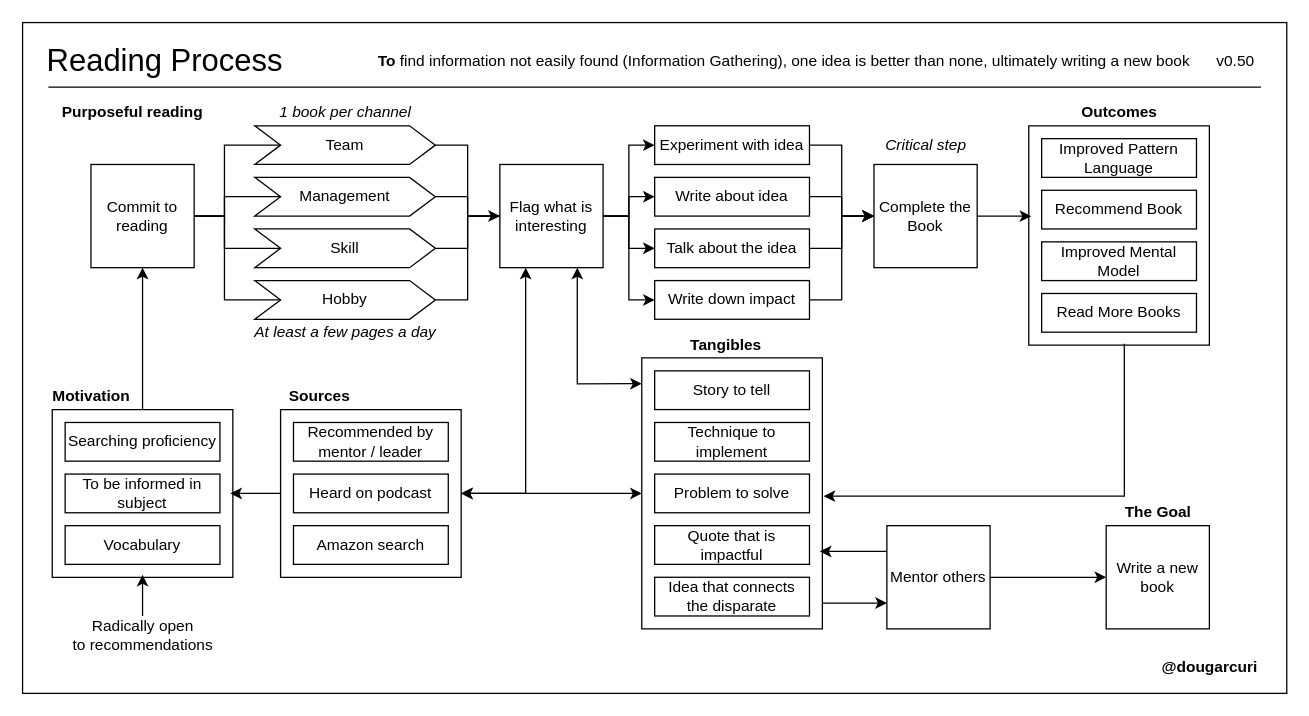
Above: books/diagrams/reading-process.drawio in solidi/learning-notes (draw.io), before the change. Source tidied: cells renumbered, new cells numbered last; positions are measured from the earlier drawing's top-left corner, leaving out a move shared by most shapes. Both pictures are drawn from the tidied source at 129%, with x=0, y=0 at pixel (22, 22).
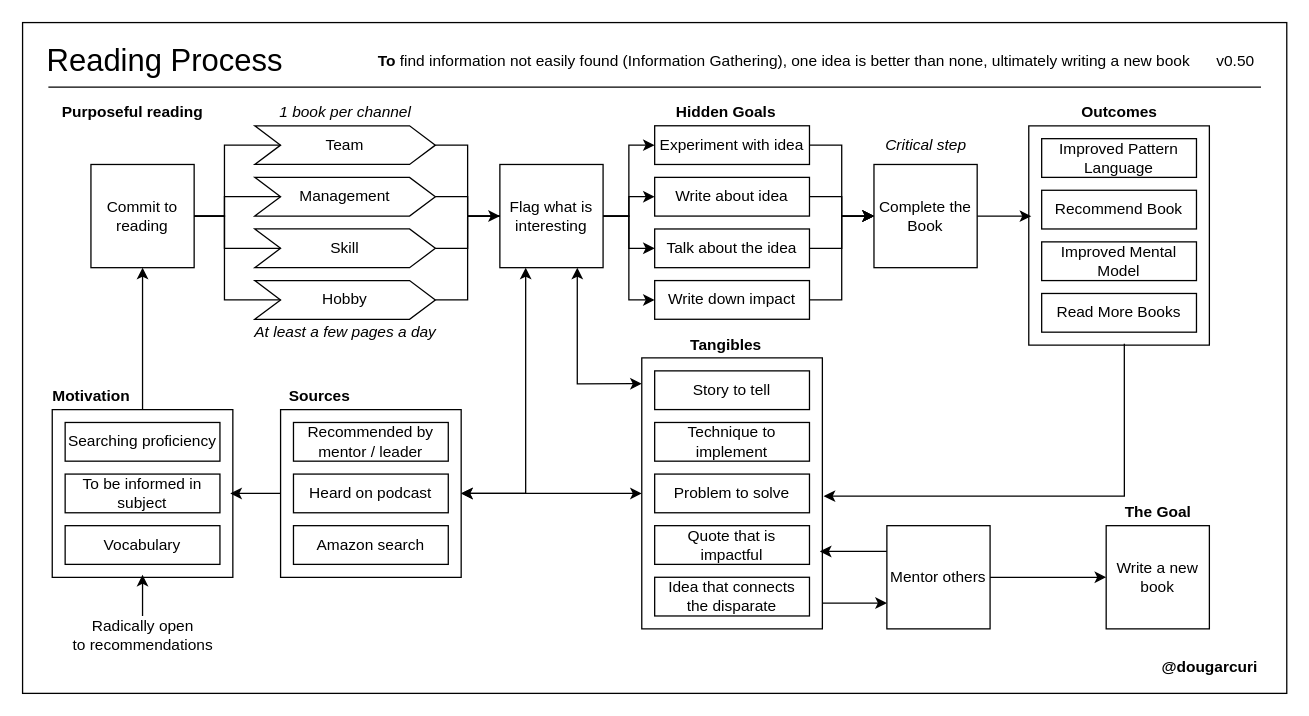
Above is the later version.

Commit message (it also covers changes not shown here):
Add hidden goals to diagram

Diff of the diagram source:
```diff
@@
+    <mxCell id="78" value="&lt;b&gt;Hidden Goals&lt;/b&gt;" style="text;html=1;align=center;verticalAlign=middle;" parent="1" vertex="1">
+      <mxGeometry x="500" y="60" width="90" height="20" as="geometry" />
+    </mxCell>
```
